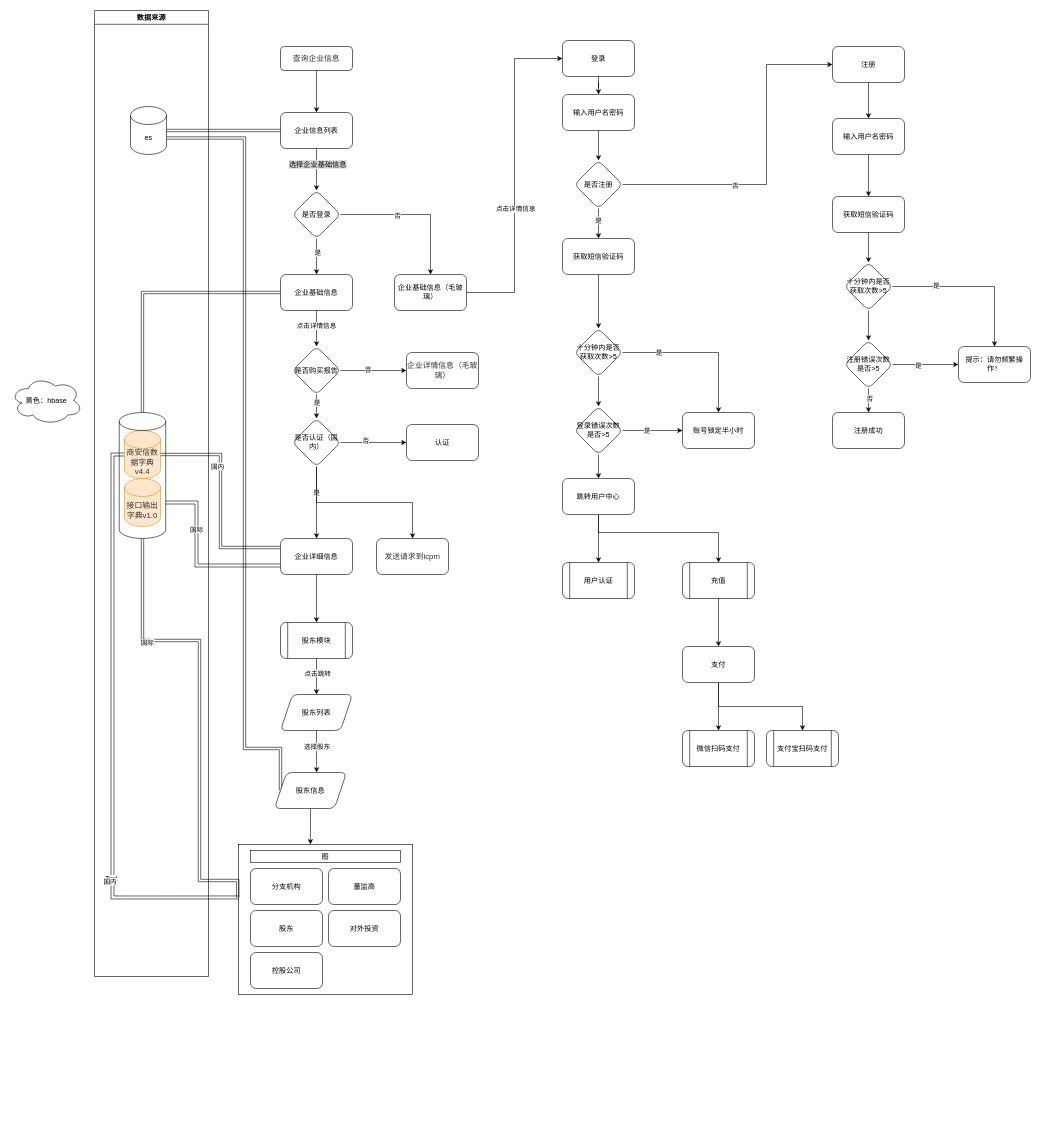
Above: 全球鹰.drawio in lq460541033/draw_dev (draw.io), before the change. Source tidied: cells renumbered, new cells numbered last; positions are measured from the earlier drawing's top-left corner, leaving out a move shared by most shapes. Both pictures are drawn from the tidied source at 60%, with x=0, y=0 at pixel (10, 10).
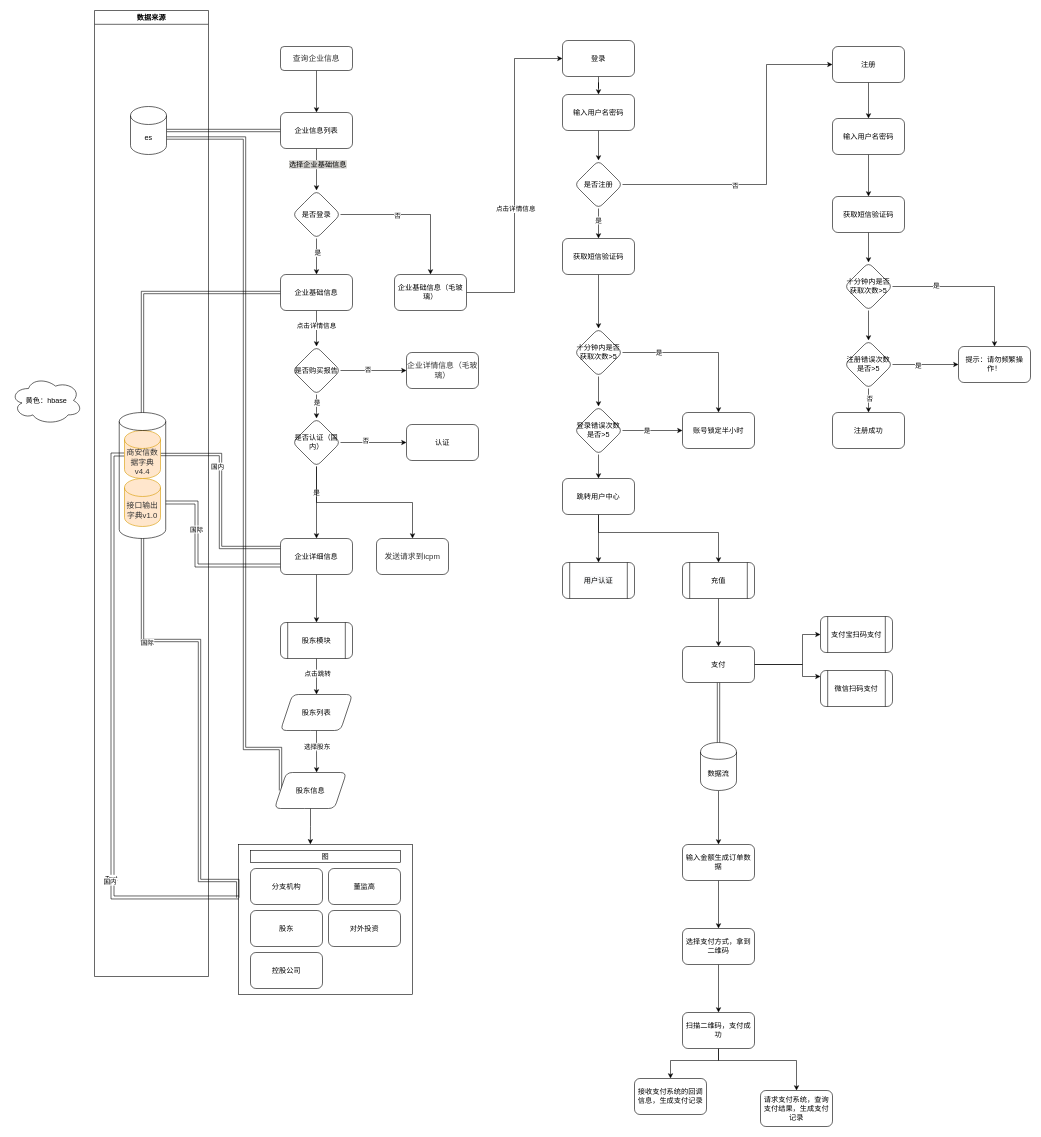
Above is the later version.

The change refers to these unchanged cells:
```xml
<mxCell id="112" value="支付" style="whiteSpace=wrap;html=1;rounded=1;" parent="1" vertex="1">
  <mxGeometry x="1120" y="1060" width="120" height="60" as="geometry" />
</mxCell>
```

What changed in the source:
```diff
@@
     <mxCell id="110" style="edgeStyle=orthogonalEdgeStyle;rounded=0;jettySize=auto;html=1;" parent="1" edge="1" source="112" target="113">
-      <mxGeometry relative="1" as="geometry" />
+      <mxGeometry relative="1" as="geometry">
+        <Array as="points">
+          <mxPoint x="1320" y="1090" />
+          <mxPoint x="1320" y="1110" />
+        </Array>
+      </mxGeometry>
     </mxCell>
     <mxCell id="111" style="edgeStyle=orthogonalEdgeStyle;rounded=0;jettySize=auto;html=1;" parent="1" edge="1" source="112" target="114">
       <mxGeometry relative="1" as="geometry">
         <Array as="points">
-          <mxPoint x="1180" y="1160" />
-          <mxPoint x="1320" y="1160" />
+          <mxPoint x="1320" y="1090" />
+          <mxPoint x="1320" y="1040" />
         </Array>
       </mxGeometry>
     </mxCell>
+    <mxCell id="115" style="edgeStyle=orthogonalEdgeStyle;rounded=0;jettySize=auto;html=1;shape=link;" parent="1" edge="1" source="112" target="117">
+      <mxGeometry relative="1" as="geometry" />
+    </mxCell>
@@
     <mxCell id="113" value="微信扫码支付" style="shape=process;whiteSpace=wrap;html=1;backgroundOutline=1;rounded=1;" parent="1" vertex="1">
-      <mxGeometry x="1120" y="1200" width="120" height="60" as="geometry" />
+      <mxGeometry x="1350" y="1100" width="120" height="60" as="geometry" />
     </mxCell>
     <mxCell id="114" value="支付宝扫码支付" style="shape=process;whiteSpace=wrap;html=1;backgroundOutline=1;rounded=1;" parent="1" vertex="1">
-      <mxGeometry x="1260" y="1200" width="120" height="60" as="geometry" />
+      <mxGeometry x="1350" y="1010" width="120" height="60" as="geometry" />
     </mxCell>
+    <mxCell id="116" style="edgeStyle=orthogonalEdgeStyle;rounded=0;jettySize=auto;html=1;" parent="1" edge="1" source="117" target="119">
+      <mxGeometry relative="1" as="geometry" />
+    </mxCell>
+    <mxCell id="117" value="数据流" style="shape=cylinder;whiteSpace=wrap;html=1;boundedLbl=1;backgroundOutline=1;rounded=1;" parent="1" vertex="1">
+      <mxGeometry x="1150" y="1220" width="60" height="80" as="geometry" />
+    </mxCell>
+    <mxCell id="118" style="edgeStyle=orthogonalEdgeStyle;rounded=0;jettySize=auto;html=1;" parent="1" edge="1" source="119" target="121">
+      <mxGeometry relative="1" as="geometry" />
+    </mxCell>
+    <mxCell id="119" value="输入金额生成订单数据" style="whiteSpace=wrap;html=1;rounded=1;" parent="1" vertex="1">
+      <mxGeometry x="1120" y="1390" width="120" height="60" as="geometry" />
+    </mxCell>
+    <mxCell id="120" style="edgeStyle=orthogonalEdgeStyle;rounded=0;jettySize=auto;html=1;" parent="1" edge="1" source="121" target="124">
+      <mxGeometry relative="1" as="geometry" />
+    </mxCell>
+    <mxCell id="121" value="选择支付方式，拿到二维码" style="whiteSpace=wrap;html=1;rounded=1;" parent="1" vertex="1">
+      <mxGeometry x="1120" y="1530" width="120" height="60" as="geometry" />
+    </mxCell>
+    <mxCell id="122" style="edgeStyle=orthogonalEdgeStyle;rounded=0;jettySize=auto;html=1;" parent="1" edge="1" source="124" target="125">
+      <mxGeometry relative="1" as="geometry">
+        <Array as="points">
+          <mxPoint x="1180" y="1750" />
+          <mxPoint x="1100" y="1750" />
+        </Array>
+      </mxGeometry>
+    </mxCell>
+    <mxCell id="123" style="edgeStyle=orthogonalEdgeStyle;rounded=0;jettySize=auto;html=1;" parent="1" edge="1" source="124" target="126">
+      <mxGeometry relative="1" as="geometry">
+        <Array as="points">
+          <mxPoint x="1180" y="1750" />
+          <mxPoint x="1310" y="1750" />
+        </Array>
+      </mxGeometry>
+    </mxCell>
+    <mxCell id="124" value="扫描二维码，支付成功" style="whiteSpace=wrap;html=1;rounded=1;" parent="1" vertex="1">
+      <mxGeometry x="1120" y="1670" width="120" height="60" as="geometry" />
+    </mxCell>
+    <mxCell id="125" value="接收支付系统的回调信息，生成支付记录" style="whiteSpace=wrap;html=1;rounded=1;" parent="1" vertex="1">
+      <mxGeometry x="1040" y="1780" width="120" height="60" as="geometry" />
+    </mxCell>
+    <mxCell id="126" value="请求支付系统，查询支付结果，生成支付记录" style="whiteSpace=wrap;html=1;rounded=1;" parent="1" vertex="1">
+      <mxGeometry x="1250" y="1800" width="120" height="60" as="geometry" />
+    </mxCell>
```
